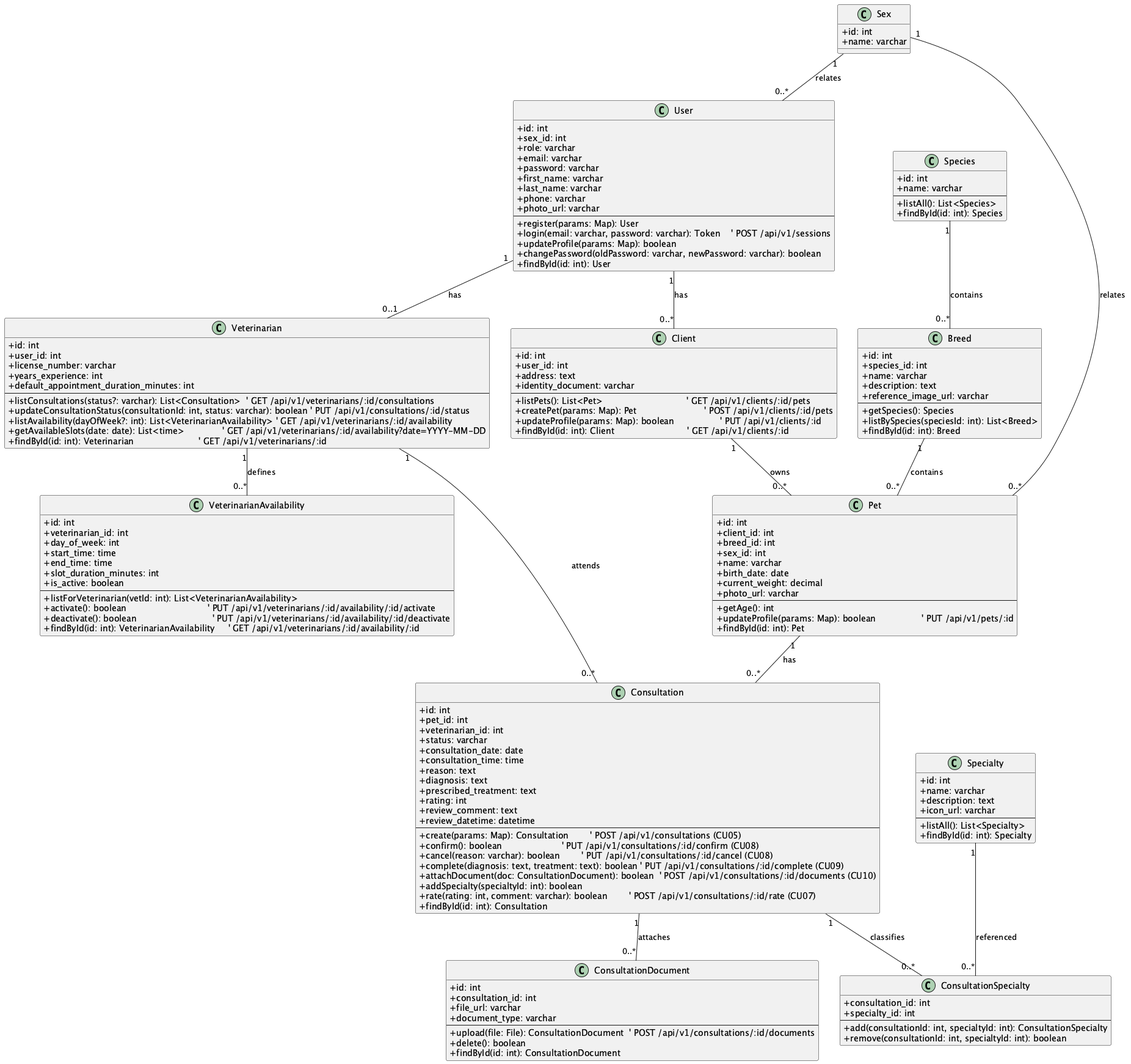
The PlantUML diagram Docs/diagrams/class_diagram.png in W1llpr0/prograMovil, before a commit.
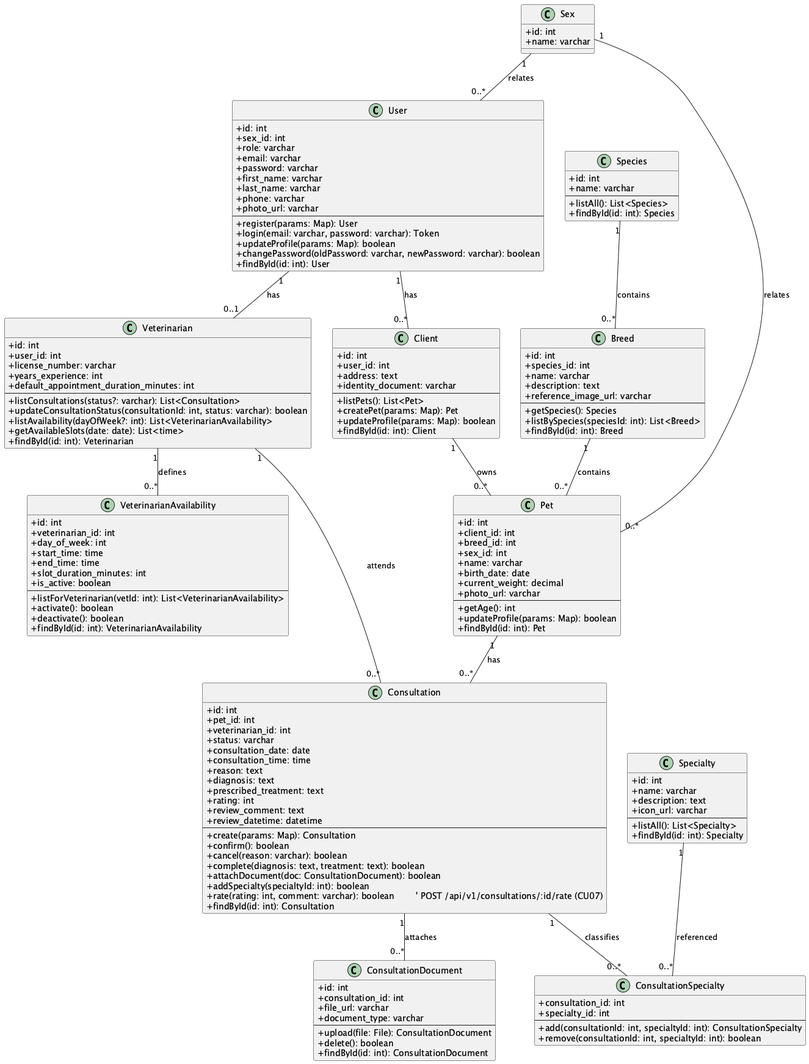
The same diagram one commit later.

Commit message:
Remove REST endpoint comments from class diagram and simplify README note

Diff of the diagram source:
```diff
@@ -19,7 +19,7 @@
   +photo_url: varchar
   --
   +register(params: Map): User
-  +login(email: varchar, password: varchar): Token    ' POST /api/v1/sessions
+  +login(email: varchar, password: varchar): Token
   +updateProfile(params: Map): boolean
   +changePassword(oldPassword: varchar, newPassword: varchar): boolean
   +findById(id: int): User
@@ -31,10 +31,10 @@
   +address: text
   +identity_document: varchar
   --
-  +listPets(): List<Pet>                               ' GET /api/v1/clients/:id/pets
-  +createPet(params: Map): Pet                         ' POST /api/v1/clients/:id/pets
-  +updateProfile(params: Map): boolean                 ' PUT /api/v1/clients/:id
-  +findById(id: int): Client                           ' GET /api/v1/clients/:id
+  +listPets(): List<Pet>
+  +createPet(params: Map): Pet
+  +updateProfile(params: Map): boolean
+  +findById(id: int): Client
 }
 
 class Veterinarian {
@@ -44,11 +44,11 @@
   +years_experience: int
   +default_appointment_duration_minutes: int
   --
-  +listConsultations(status?: varchar): List<Consultation>  ' GET /api/v1/veterinarians/:id/consultations
-  +updateConsultationStatus(consultationId: int, status: varchar): boolean ' PUT /api/v1/consultations/:id/status
-  +listAvailability(dayOfWeek?: int): List<VeterinarianAvailability> ' GET /api/v1/veterinarians/:id/availability
-  +getAvailableSlots(date: date): List<time>              ' GET /api/v1/veterinarians/:id/availability?date=YYYY-MM-DD
-  +findById(id: int): Veterinarian                        ' GET /api/v1/veterinarians/:id
+  +listConsultations(status?: varchar): List<Consultation>
+  +updateConsultationStatus(consultationId: int, status: varchar): boolean
+  +listAvailability(dayOfWeek?: int): List<VeterinarianAvailability>
+  +getAvailableSlots(date: date): List<time>
+  +findById(id: int): Veterinarian
 }
 
 class Species {
@@ -82,7 +82,7 @@
   +photo_url: varchar
   --
   +getAge(): int
-  +updateProfile(params: Map): boolean                 ' PUT /api/v1/pets/:id
+  +updateProfile(params: Map): boolean
   +findById(id: int): Pet
 }
 
@@ -110,11 +110,11 @@
   +review_comment: text
   +review_datetime: datetime
   --
-  +create(params: Map): Consultation        ' POST /api/v1/consultations (CU05)
-  +confirm(): boolean                      ' PUT /api/v1/consultations/:id/confirm (CU08)
-  +cancel(reason: varchar): boolean        ' PUT /api/v1/consultations/:id/cancel (CU08)
-  +complete(diagnosis: text, treatment: text): boolean ' PUT /api/v1/consultations/:id/complete (CU09)
-  +attachDocument(doc: ConsultationDocument): boolean  ' POST /api/v1/consultations/:id/documents (CU10)
+  +create(params: Map): Consultation
+  +confirm(): boolean
+  +cancel(reason: varchar): boolean
+  +complete(diagnosis: text, treatment: text): boolean
+  +attachDocument(doc: ConsultationDocument): boolean
   +addSpecialty(specialtyId: int): boolean
   +rate(rating: int, comment: varchar): boolean        ' POST /api/v1/consultations/:id/rate (CU07)
   +findById(id: int): Consultation
@@ -126,7 +126,7 @@
   +file_url: varchar
   +document_type: varchar
   --
-  +upload(file: File): ConsultationDocument  ' POST /api/v1/consultations/:id/documents
+  +upload(file: File): ConsultationDocument
   +delete(): boolean
   +findById(id: int): ConsultationDocument
 }
@@ -149,9 +149,9 @@
   +is_active: boolean
   --
   +listForVeterinarian(vetId: int): List<VeterinarianAvailability>
-  +activate(): boolean                              ' PUT /api/v1/veterinarians/:id/availability/:id/activate
-  +deactivate(): boolean                            ' PUT /api/v1/veterinarians/:id/availability/:id/deactivate
-  +findById(id: int): VeterinarianAvailability     ' GET /api/v1/veterinarians/:id/availability/:id
+  +activate(): boolean
+  +deactivate(): boolean
+  +findById(id: int): VeterinarianAvailability
 }
 
 User "1" -- "0..*" Client : has
```
